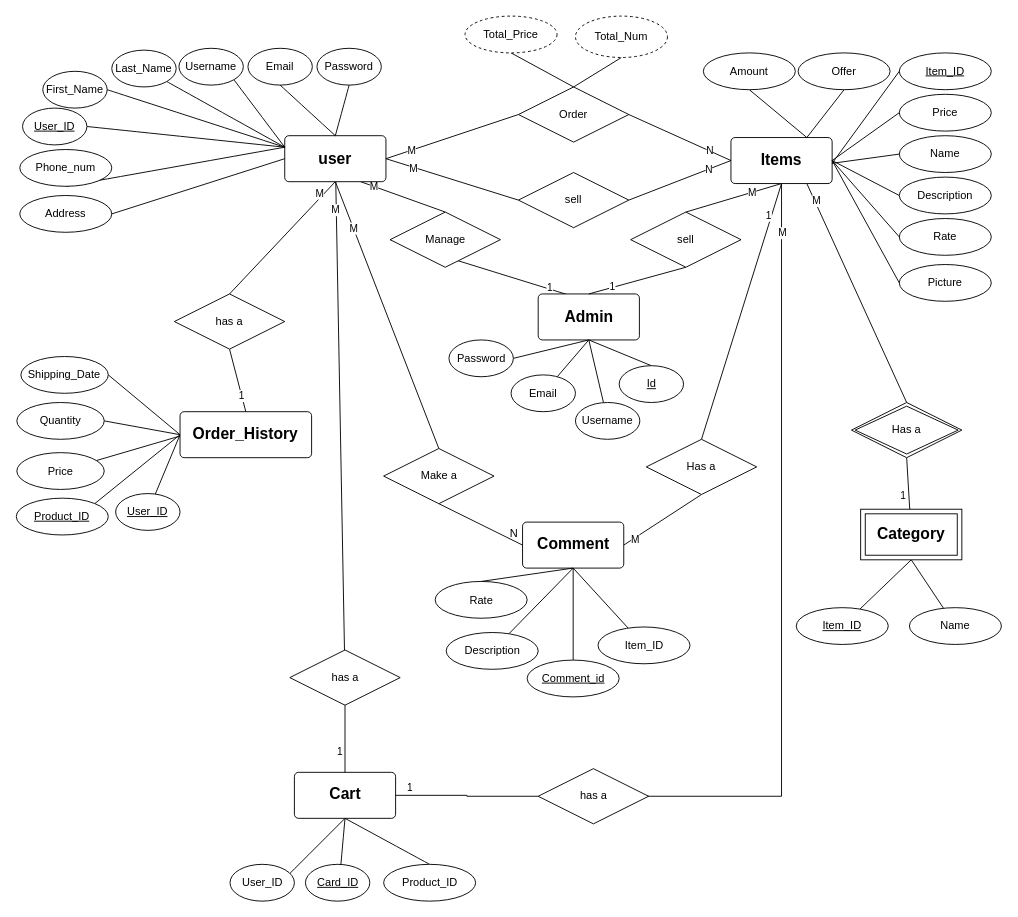
khaledkaram510/SWE-project keeps this draw.io diagram as digrams/ERD-Digram.drawio. Above is the earlier version. Source tidied: cells renumbered, new cells numbered last; positions are measured from the earlier drawing's top-left corner, leaving out a move shared by most shapes. Both pictures are drawn from the tidied source at 92%, with x=0, y=0 at pixel (16, 16).
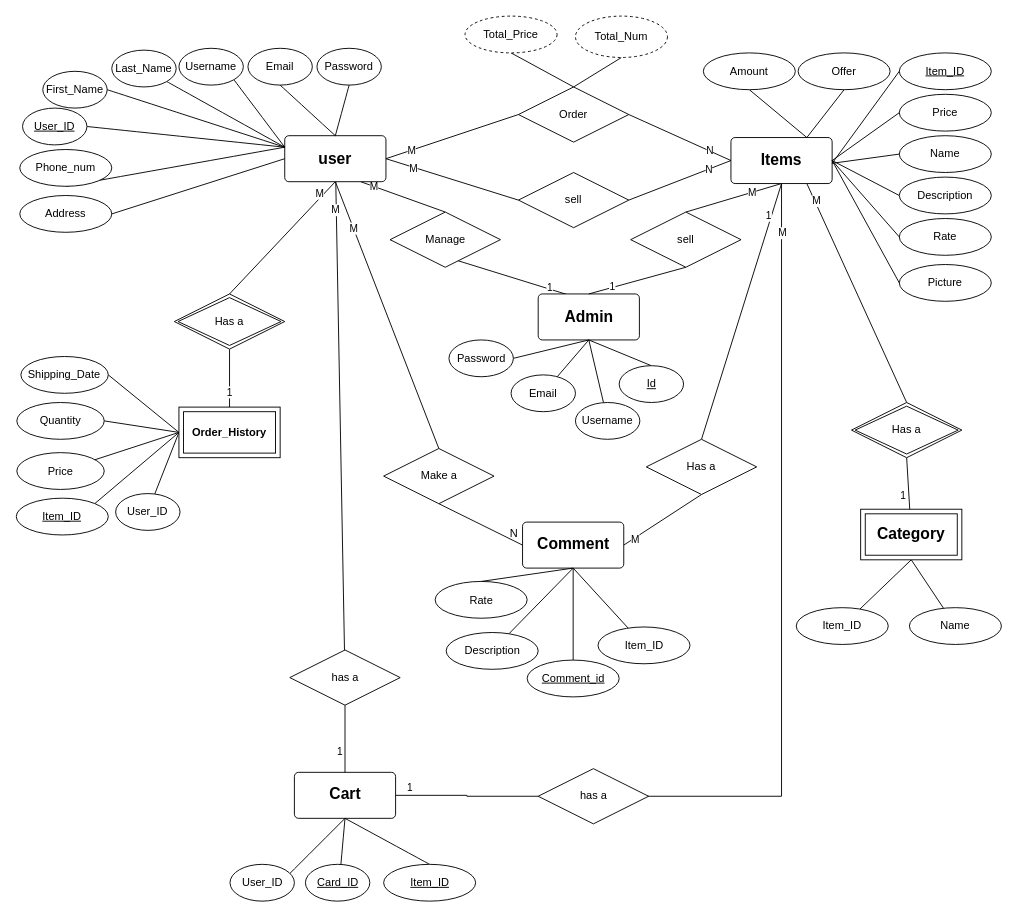
Above is the later version.

The change refers to these unchanged cells:
```xml
<mxCell id="12" value="&lt;div style=&quot;font-size: 18px;&quot;&gt;&lt;font size=&quot;1&quot;&gt;&lt;b&gt;&lt;font style=&quot;font-size: 17px;&quot;&gt;user&lt;/font&gt;&lt;/b&gt;&lt;/font&gt;&lt;/div&gt;" style="rounded=1;arcSize=9;whiteSpace=wrap;html=1;align=center;" parent="1" vertex="1">
  <mxGeometry x="292" y="130" width="110" height="50" as="geometry" />
</mxCell>
<mxCell id="92" value="Price" style="ellipse;whiteSpace=wrap;html=1;align=center;" parent="1" vertex="1">
  <mxGeometry x="0.8" y="474.5" width="95" height="40" as="geometry" />
</mxCell>
```

The edit, as a diff of the source:
```diff
@@
-    <mxCell id="8" style="rounded=0;jettySize=auto;html=1;exitX=0.5;exitY=1;exitDx=0;exitDy=0;entryX=0.5;entryY=0;entryDx=0;entryDy=0;endArrow=none;endFill=0;" parent="1" edge="1" source="12" target="115">
+    <mxCell id="8" style="rounded=0;jettySize=auto;html=1;exitX=0.5;exitY=1;exitDx=0;exitDy=0;endArrow=none;endFill=0;entryX=0.5;entryY=0;entryDx=0;entryDy=0;" parent="1" edge="1" source="12" target="131">
       <mxGeometry relative="1" as="geometry" />
     </mxCell>
@@
-    <mxCell id="42" value="&lt;div&gt;Product_ID&lt;/div&gt;" style="ellipse;whiteSpace=wrap;html=1;align=center;" parent="1" vertex="1">
+    <mxCell id="42" value="&lt;div&gt;&lt;u&gt;Item_ID&lt;/u&gt;&lt;/div&gt;" style="ellipse;whiteSpace=wrap;html=1;align=center;" parent="1" vertex="1">
       <mxGeometry x="399.5" y="922" width="100" height="40" as="geometry" />
     </mxCell>
@@
-    <mxCell id="85" style="rounded=0;jettySize=auto;html=1;endArrow=none;endFill=0;exitX=0.003;exitY=0.527;exitDx=0;exitDy=0;exitPerimeter=0;" parent="1" edge="1" source="87" target="92">
+    <mxCell id="85" style="rounded=0;jettySize=auto;html=1;endArrow=none;endFill=0;exitX=0;exitY=0.5;exitDx=0;exitDy=0;" parent="1" edge="1" source="87" target="92">
       <mxGeometry relative="1" as="geometry" />
     </mxCell>
@@
-    <mxCell id="87" value="&lt;div&gt;&lt;font style=&quot;font-size: 17px;&quot;&gt;&lt;b&gt;Order_History&lt;br&gt;&lt;/b&gt;&lt;/font&gt;&lt;/div&gt;" style="rounded=1;arcSize=9;whiteSpace=wrap;html=1;align=center;" parent="1" vertex="1">
-      <mxGeometry x="178.2" y="430" width="143" height="50" as="geometry" />
-    </mxCell>
-    <mxCell id="88" value="&lt;div&gt;&lt;u&gt;Product_ID&lt;/u&gt;&lt;/div&gt;" style="ellipse;whiteSpace=wrap;html=1;align=center;" parent="1" vertex="1">
+    <mxCell id="88" value="&lt;div&gt;&lt;u&gt;Item_ID&lt;/u&gt;&lt;/div&gt;" style="ellipse;whiteSpace=wrap;html=1;align=center;" parent="1" vertex="1">
       <mxGeometry x="0.2" y="524" width="100" height="40" as="geometry" />
     </mxCell>
-    <mxCell id="89" value="&lt;div&gt;&lt;u&gt;User_ID&lt;/u&gt;&lt;/div&gt;" style="ellipse;whiteSpace=wrap;html=1;align=center;" parent="1" vertex="1">
+    <mxCell id="89" value="&lt;div&gt;User_ID&lt;/div&gt;" style="ellipse;whiteSpace=wrap;html=1;align=center;" parent="1" vertex="1">
       <mxGeometry x="108.2" y="519" width="70" height="40" as="geometry" />
     </mxCell>
@@
-    <mxCell id="112" value="&lt;div&gt;&lt;u&gt;Item_ID&lt;/u&gt;&lt;/div&gt;" style="ellipse;whiteSpace=wrap;html=1;align=center;" parent="1" vertex="1">
+    <mxCell id="112" value="&lt;div&gt;Item_ID&lt;/div&gt;" style="ellipse;whiteSpace=wrap;html=1;align=center;" parent="1" vertex="1">
       <mxGeometry x="848" y="643" width="100" height="40" as="geometry" />
     </mxCell>
-    <mxCell id="113" style="rounded=0;jettySize=auto;html=1;exitX=0.5;exitY=1;exitDx=0;exitDy=0;entryX=0.5;entryY=0;entryDx=0;entryDy=0;endArrow=none;endFill=0;" parent="1" edge="1" source="115" target="87">
+    <mxCell id="113" style="rounded=0;jettySize=auto;html=1;entryX=0.5;entryY=0;entryDx=0;entryDy=0;endArrow=none;endFill=0;exitX=0.5;exitY=1;exitDx=0;exitDy=0;" parent="1" edge="1" source="131" target="87">
       <mxGeometry relative="1" as="geometry" />
     </mxCell>
@@
-    <mxCell id="115" value="has a" style="shape=rhombus;perimeter=rhombusPerimeter;whiteSpace=wrap;html=1;align=center;" parent="1" vertex="1">
-      <mxGeometry x="172" y="302" width="120" height="60" as="geometry" />
-    </mxCell>
@@
+    <mxCell id="131" value="Has a" style="shape=rhombus;double=1;perimeter=rhombusPerimeter;whiteSpace=wrap;html=1;align=center;" parent="1" vertex="1">
+      <mxGeometry x="172" y="302" width="120" height="60" as="geometry" />
+    </mxCell>
+    <mxCell id="87" value="&lt;b&gt;Order_History&lt;/b&gt;" style="shape=ext;margin=3;double=1;whiteSpace=wrap;html=1;align=center;" parent="1" vertex="1">
+      <mxGeometry x="177" y="425" width="110" height="55" as="geometry" />
+    </mxCell>
```
